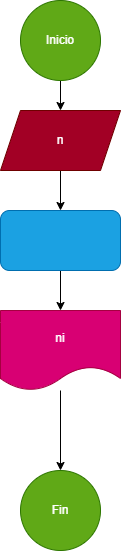
Before: diagrama.png, a diagram exported from draw.io (Pati-pa/Numero_inverso). Source tidied: cells renumbered, new cells last; positions are measured from the earlier drawing's top-left corner, leaving out a move shared by most shapes.
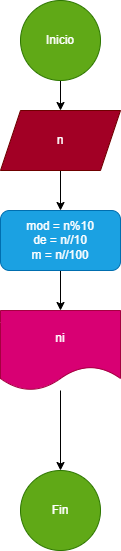
Above is the later version.

Commit message:
Faltaba su procesing del diagrama flujo

Diff of the diagram source:
```diff
@@ -17,7 +17,7 @@
     <mxCell id="6" style="edgeStyle=none;html=1;entryX=0.5;entryY=0;entryDx=0;entryDy=0;" parent="1" edge="1" source="7" target="9">
       <mxGeometry relative="1" as="geometry" />
     </mxCell>
-    <mxCell id="7" style="rounded=1;whiteSpace=wrap;html=1;fillColor=#1ba1e2;fontColor=#ffffff;strokeColor=#006EAF;" parent="1" vertex="1">
+    <mxCell id="7" value="mod = n%10&lt;br&gt;de = n//10&lt;br&gt;m = n//100" style="rounded=1;whiteSpace=wrap;html=1;fillColor=#1ba1e2;fontColor=#ffffff;strokeColor=#006EAF;" parent="1" vertex="1">
       <mxGeometry y="210" width="120" height="60" as="geometry" />
     </mxCell>
     <mxCell id="8" style="edgeStyle=none;html=1;" parent="1" edge="1" source="9" target="10">
```
